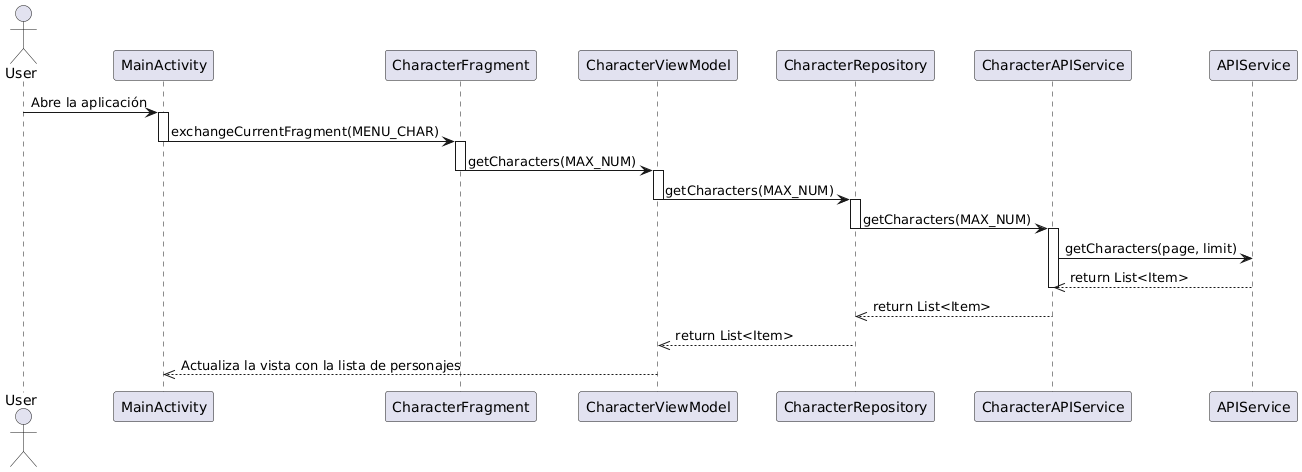
AndreaMedinaRico/ExamenMoviles0710 keeps this PlantUML diagram as Diagramas de Secuencia/Diagrama_ConsultarPersonajes.png. Above is the earlier version.
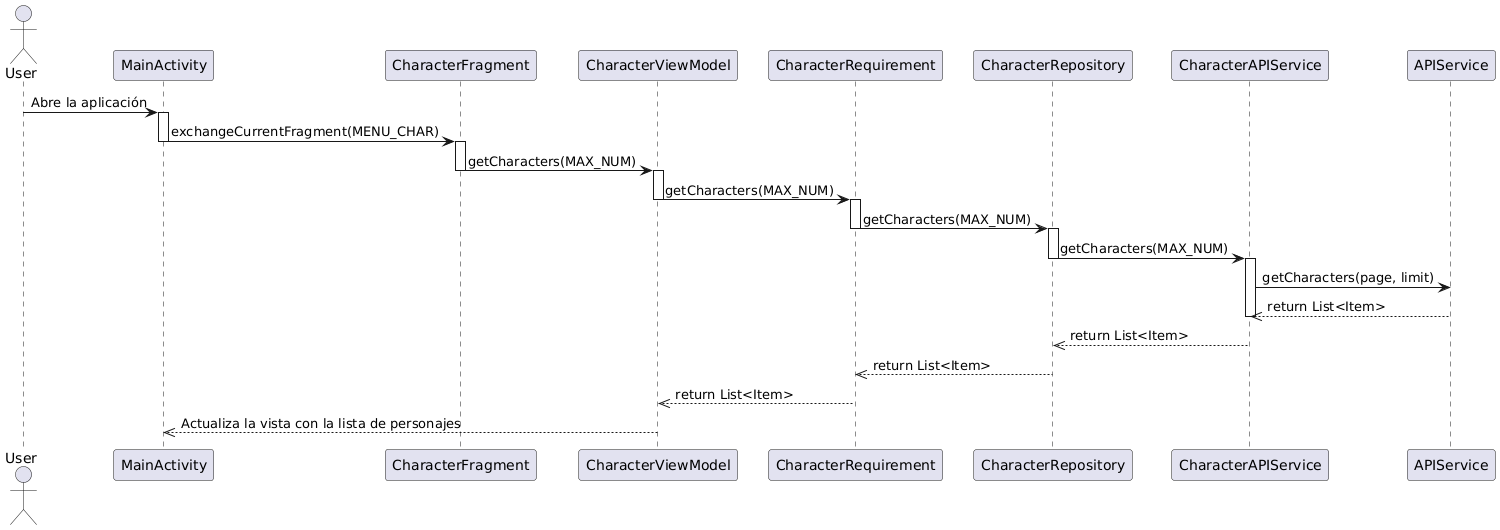
Above is the later version.

Commit message:
docs(): actualizacion de diagramas de secuencia

Diff of the diagram source:
```diff
@@ -3,6 +3,7 @@
 Participant MainActivity
 Participant CharacterFragment
 Participant CharacterViewModel
+Participant CharacterRequirement
 Participant CharacterRepository
 Participant CharacterAPIService
 
@@ -16,8 +17,12 @@
 Deactivate CharacterFragment
 
 Activate CharacterViewModel
-CharacterViewModel -> CharacterRepository: getCharacters(MAX_NUM)
+CharacterViewModel -> CharacterRequirement: getCharacters(MAX_NUM)
 Deactivate CharacterViewModel
+
+Activate CharacterRequirement
+CharacterRequirement -> CharacterRepository: getCharacters(MAX_NUM)
+Deactivate CharacterRequirement
 
 Activate CharacterRepository
 CharacterRepository -> CharacterAPIService: getCharacters(MAX_NUM)
@@ -29,8 +34,11 @@
 Deactivate CharacterAPIService
 
 CharacterAPIService -->> CharacterRepository: return List<Item>
-CharacterRepository -->> CharacterViewModel: return List<Item>
+CharacterRepository -->> CharacterRequirement: return List<Item>
 Deactivate CharacterRepository
+
+CharacterRequirement -->> CharacterViewModel: return List<Item>
+Deactivate CharacterRequirement
 
 CharacterViewModel -->> MainActivity: Actualiza la vista con la lista de personajes
 Deactivate CharacterViewModel
```
